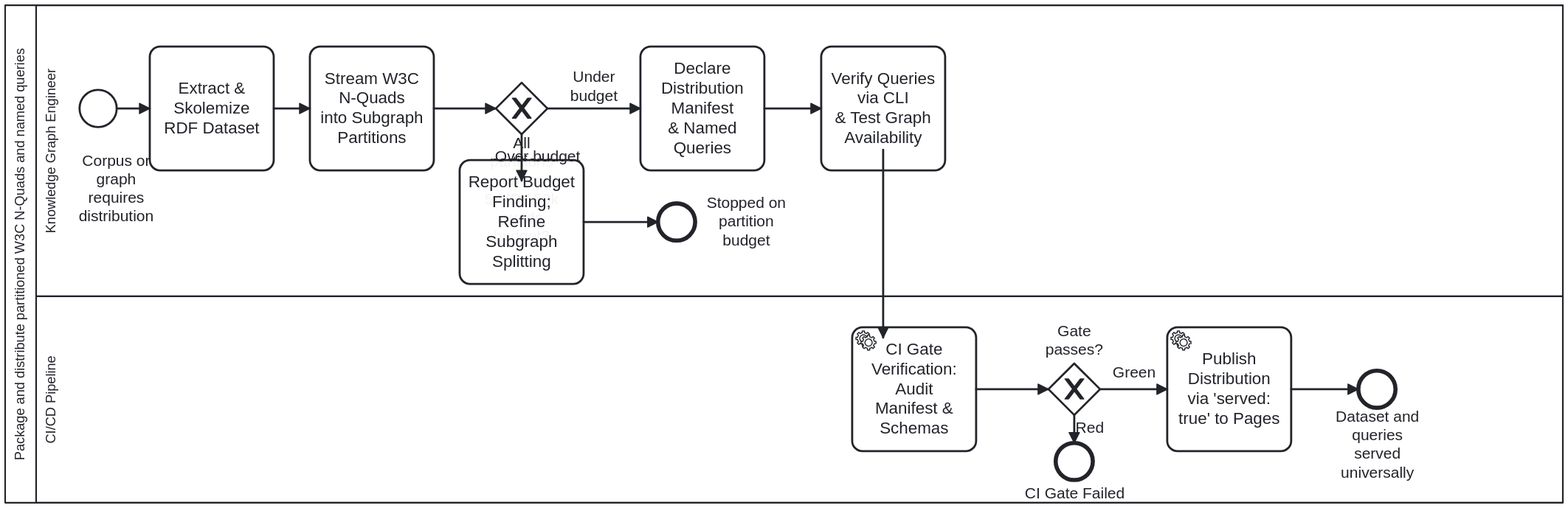
Earlier version of the BPMN export docs/assets/img/workflows/nquads-distribution.svg (litlfred/cat-harness). Its source is kept beside it as processes/kg/nquads-distribution.bpmn. Ids are renumbered.
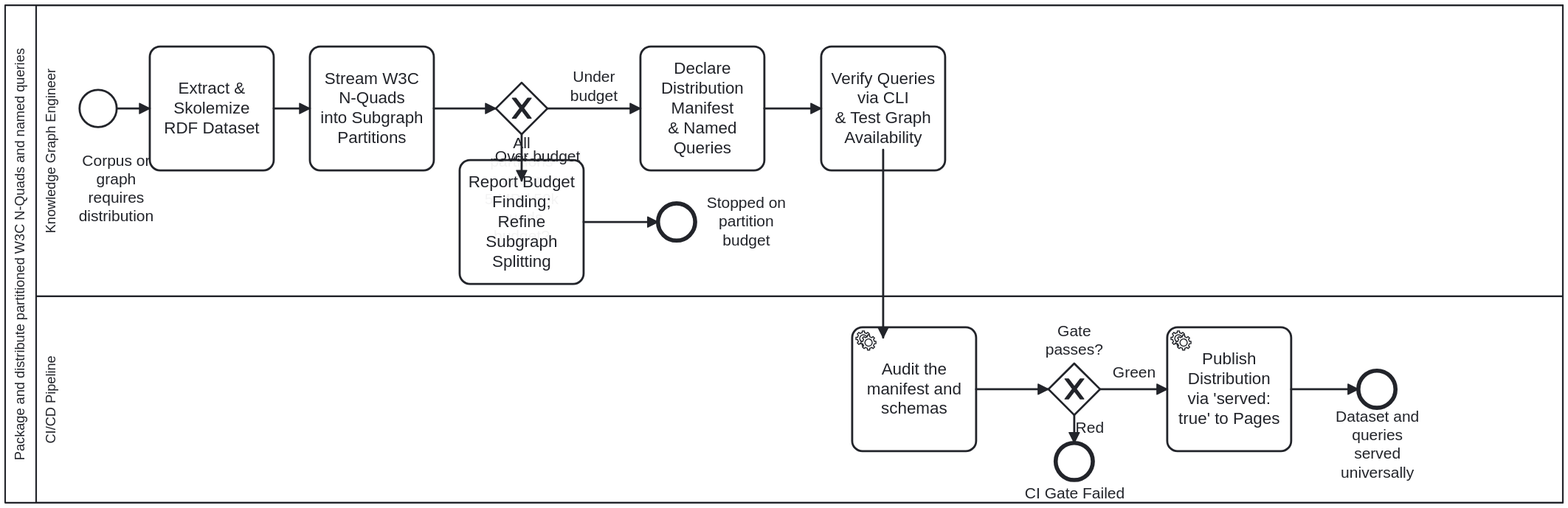
Above is the later version.

Change to the diagram source:
```diff
@@ -108,7 +108,7 @@
       <bpmn:outgoing>Flow_5</bpmn:outgoing>
     </bpmn:task>
 
-    <bpmn:serviceTask id="A_GateCheck" name="CI Gate Verification:&#10;Audit Manifest &amp; Schemas">
+    <bpmn:serviceTask id="A_GateCheck" name="Audit the manifest and schemas">
       <bpmn:documentation>Validate that subgraph-manifest.json conforms to NQuadsDistributionManifestSchema, all referenced partitions exist, and external schema w3c-n-quads is satisfied.</bpmn:documentation>
       <bpmn:extensionElements>
         <bootstrap.processes:skill ref="named-query-execution"/>
```
